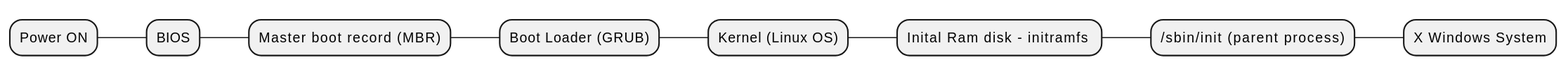
This is posts/230120/diagram.svg from keramiozsoy/blog, a PlantUML export, as it was before one commit.
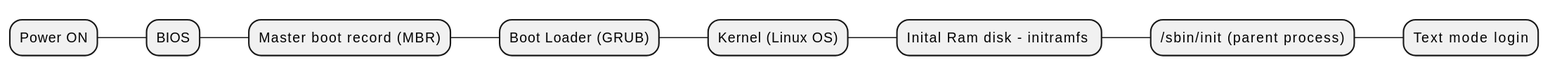
After the commit.

What changed in the source:
```diff
@@ -6,5 +6,5 @@
 ***** Kernel (Linux OS)
 ****** Inital Ram disk - initramfs
 ******* /sbin/init (parent process)
-******** X Windows System
+******** Text mode login
 @endmindmap
```
